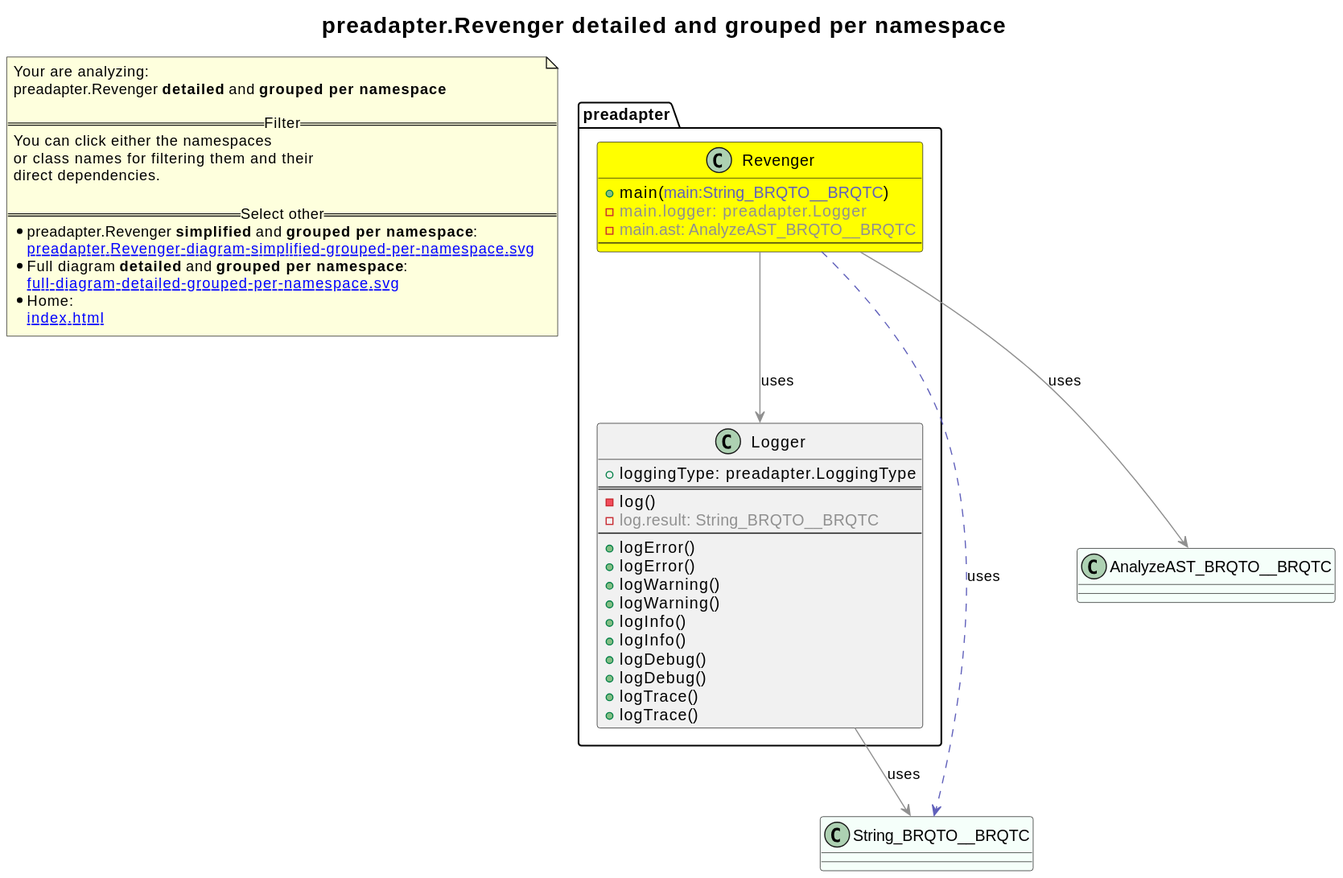
2BlackCoffees/revenger keeps this PlantUML diagram as revenger-java-adapter.out/preadapter.Revenger-diagram-detailed-grouped-per-namespace.svg. Above is the earlier version. Its diagram source:
```plantuml
@startuml
title <size:20>preadapter.Revenger **detailed** and **grouped per namespace**</size>
note "Your are analyzing:\npreadapter.Revenger **detailed** and **grouped per namespace**\n\n==Filter==\nYou can click either the namespaces \nor class names for filtering them and their\ndirect dependencies.\n\n==Select other==\n* preadapter.Revenger **simplified** and **grouped per namespace**:\n   [[preadapter.Revenger-diagram-simplified-grouped-per-namespace.svg]]\n* Full diagram **detailed** and **grouped per namespace**:\n   [[full-diagram-detailed-grouped-per-namespace.svg]]\n* Home:\n   [[index.html]]" as FloatingNote
class String_BRQTO__BRQTC [[String_BRQTO__BRQTC-diagram-detailed-grouped-per-namespace.svg]] #MintCream {
}
class AnalyzeAST_BRQTO__BRQTC [[AnalyzeAST_BRQTO__BRQTC-diagram-detailed-grouped-per-namespace.svg]] #MintCream {
}
namespace preadapter [[preadapter-diagram-detailed-grouped-per-namespace.svg]] {
class preadapter.Revenger [[preadapter.Revenger-diagram-detailed-grouped-per-namespace.svg]] #yellow {
  + main(<font color="6060BB">main:String_BRQTO__BRQTC</font>)
  - <font color="909090">main.logger: preadapter.Logger</font>
  - <font color="909090">main.ast: AnalyzeAST_BRQTO__BRQTC</font>
--
}
class preadapter.Logger [[preadapter.Logger-diagram-detailed-grouped-per-namespace.svg]]  {
  + loggingType: preadapter.LoggingType
==
  - log(<font color="6060BB"></font>)
  - <font color="909090">log.result: String_BRQTO__BRQTC</font>
--
  + logError(<font color="6060BB"></font>)
  + logError(<font color="6060BB"></font>)
  + logWarning(<font color="6060BB"></font>)
  + logWarning(<font color="6060BB"></font>)
  + logInfo(<font color="6060BB"></font>)
  + logInfo(<font color="6060BB"></font>)
  + logDebug(<font color="6060BB"></font>)
  + logDebug(<font color="6060BB"></font>)
  + logTrace(<font color="6060BB"></font>)
  + logTrace(<font color="6060BB"></font>)
}
}
preadapter.Revenger .[#6060BB].> String_BRQTO__BRQTC  : uses
preadapter.Revenger -[#909090]-> preadapter.Logger  : uses
preadapter.Revenger -[#909090]-> AnalyzeAST_BRQTO__BRQTC  : uses
preadapter.Logger -[#909090]-> String_BRQTO__BRQTC  : uses
@enduml
```
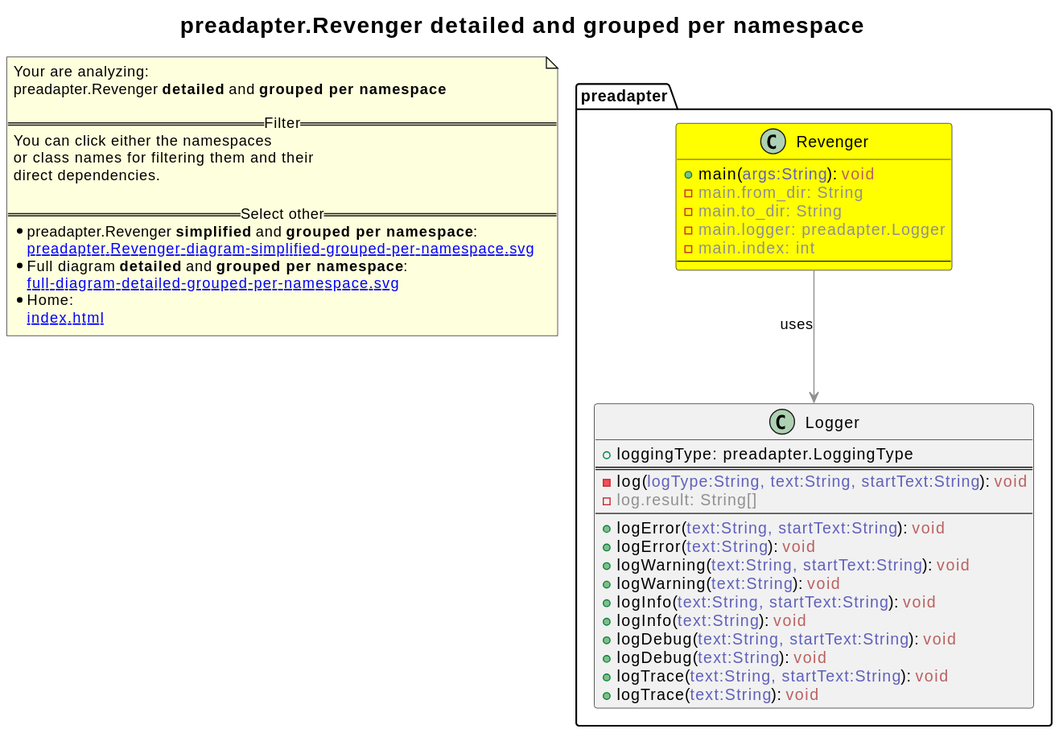
After the commit.

The edit, as a diff of the source:
```diff
@@ -1,37 +1,33 @@
 @startuml
+skinparam linetype ortho
 title <size:20>preadapter.Revenger **detailed** and **grouped per namespace**</size>
 note "Your are analyzing:\npreadapter.Revenger **detailed** and **grouped per namespace**\n\n==Filter==\nYou can click either the namespaces \nor class names for filtering them and their\ndirect dependencies.\n\n==Select other==\n* preadapter.Revenger **simplified** and **grouped per namespace**:\n   [[preadapter.Revenger-diagram-simplified-grouped-per-namespace.svg]]\n* Full diagram **detailed** and **grouped per namespace**:\n   [[full-diagram-detailed-grouped-per-namespace.svg]]\n* Home:\n   [[index.html]]" as FloatingNote
-class String_BRQTO__BRQTC [[String_BRQTO__BRQTC-diagram-detailed-grouped-per-namespace.svg]] #MintCream {
-}
-class AnalyzeAST_BRQTO__BRQTC [[AnalyzeAST_BRQTO__BRQTC-diagram-detailed-grouped-per-namespace.svg]] #MintCream {
-}
 namespace preadapter [[preadapter-diagram-detailed-grouped-per-namespace.svg]] {
 class preadapter.Revenger [[preadapter.Revenger-diagram-detailed-grouped-per-namespace.svg]] #yellow {
-  + main(<font color="6060BB">main:String_BRQTO__BRQTC</font>)
+  + main(<font color="6060BB">args:String</font>): <font color="BB6060">void</font>
+  - <font color="909090">main.from_dir: String</font>
+  - <font color="909090">main.to_dir: String</font>
   - <font color="909090">main.logger: preadapter.Logger</font>
-  - <font color="909090">main.ast: AnalyzeAST_BRQTO__BRQTC</font>
+  - <font color="909090">main.index: int</font>
 --
 }
 class preadapter.Logger [[preadapter.Logger-diagram-detailed-grouped-per-namespace.svg]]  {
   + loggingType: preadapter.LoggingType
 ==
-  - log(<font color="6060BB"></font>)
-  - <font color="909090">log.result: String_BRQTO__BRQTC</font>
+  - log(<font color="6060BB">logType:String, text:String, startText:String</font>): <font color="BB6060">void</font>
+  - <font color="909090">log.result: String[]</font>
 --
-  + logError(<font color="6060BB"></font>)
-  + logError(<font color="6060BB"></font>)
-  + logWarning(<font color="6060BB"></font>)
-  + logWarning(<font color="6060BB"></font>)
-  + logInfo(<font color="6060BB"></font>)
-  + logInfo(<font color="6060BB"></font>)
-  + logDebug(<font color="6060BB"></font>)
-  + logDebug(<font color="6060BB"></font>)
-  + logTrace(<font color="6060BB"></font>)
-  + logTrace(<font color="6060BB"></font>)
+  + logError(<font color="6060BB">text:String, startText:String</font>): <font color="BB6060">void</font>
+  + logError(<font color="6060BB">text:String</font>): <font color="BB6060">void</font>
+  + logWarning(<font color="6060BB">text:String, startText:String</font>): <font color="BB6060">void</font>
+  + logWarning(<font color="6060BB">text:String</font>): <font color="BB6060">void</font>
+  + logInfo(<font color="6060BB">text:String, startText:String</font>): <font color="BB6060">void</font>
+  + logInfo(<font color="6060BB">text:String</font>): <font color="BB6060">void</font>
+  + logDebug(<font color="6060BB">text:String, startText:String</font>): <font color="BB6060">void</font>
+  + logDebug(<font color="6060BB">text:String</font>): <font color="BB6060">void</font>
+  + logTrace(<font color="6060BB">text:String, startText:String</font>): <font color="BB6060">void</font>
+  + logTrace(<font color="6060BB">text:String</font>): <font color="BB6060">void</font>
 }
 }
-preadapter.Revenger .[#6060BB].> String_BRQTO__BRQTC  : uses
 preadapter.Revenger -[#909090]-> preadapter.Logger  : uses
-preadapter.Revenger -[#909090]-> AnalyzeAST_BRQTO__BRQTC  : uses
-preadapter.Logger -[#909090]-> String_BRQTO__BRQTC  : uses
 @enduml
```
